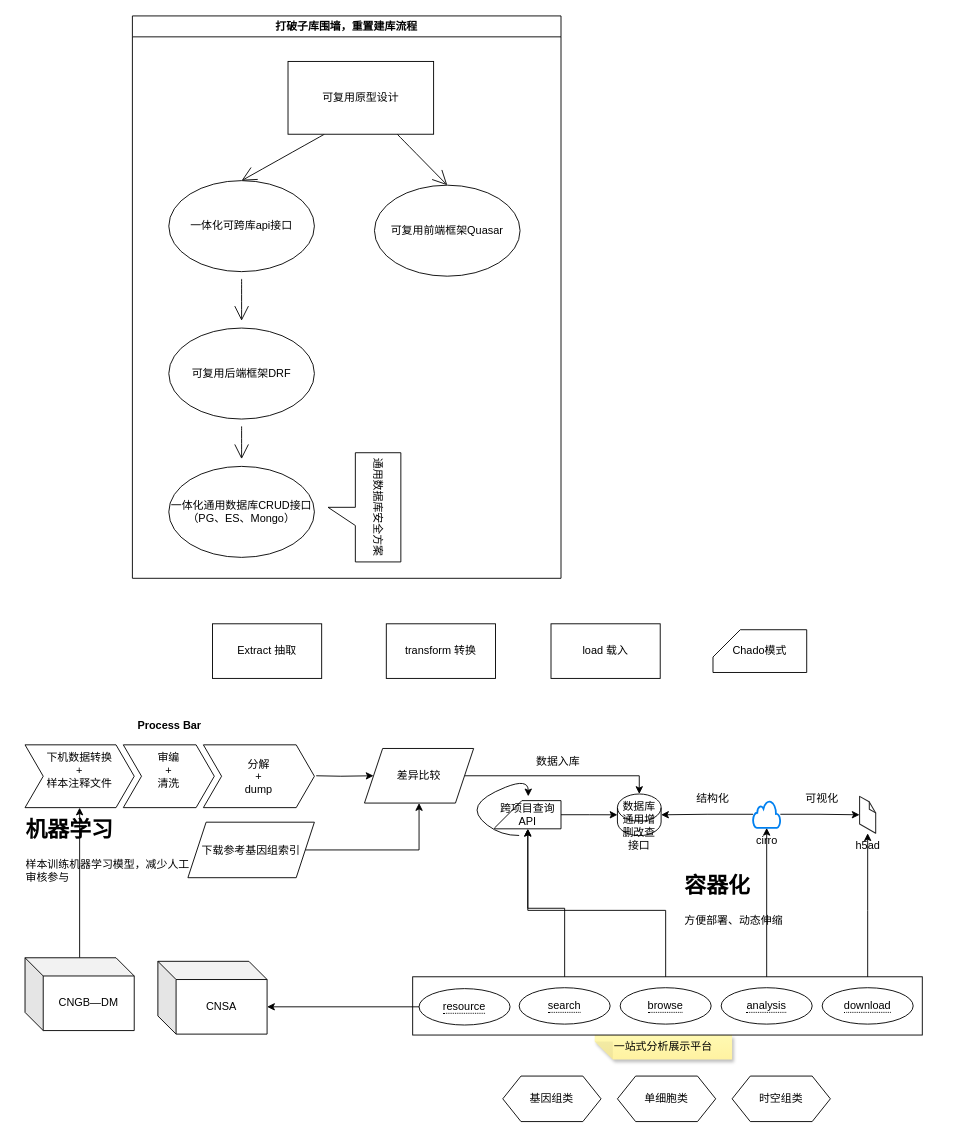
The draw.io diagram page "Page-2" (2 of 2) of Untitled Diagram.drawio in horizon365/LiveWithPython, before the edit. Source tidied: cells renumbered, new cells numbered last; positions are measured from the earlier drawing's top-left corner, leaving out a move shared by most shapes. Both pictures are drawn from the tidied source at 91%, with x=0, y=0 at pixel (15, 15).
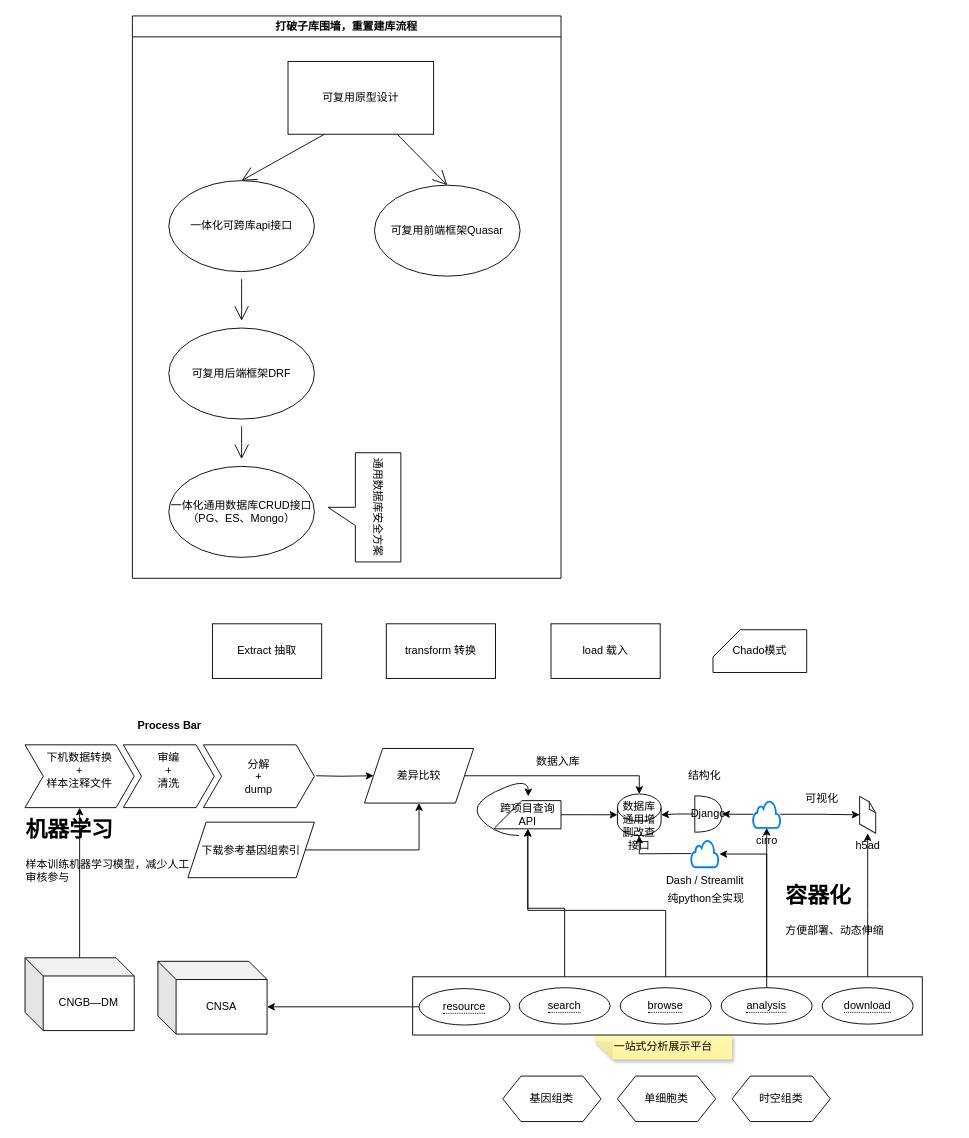
After the change.

Unchanged cells that the change refers to:
```xml
<mxCell id="28" value="数据库通用增删改查接口" style="shape=cylinder3;whiteSpace=wrap;html=1;boundedLbl=1;backgroundOutline=1;size=15;fontSize=12;" parent="1" vertex="1">
  <mxGeometry x="661" y="855" width="48" height="45.8" as="geometry" />
</mxCell>
<mxCell id="35" value="&lt;div&gt;cirro&lt;/div&gt;" style="html=1;verticalLabelPosition=bottom;align=center;labelBackgroundColor=#ffffff;verticalAlign=top;strokeWidth=2;strokeColor=#0080F0;shadow=0;dashed=0;shape=mxgraph.ios7.icons.cloud;" parent="1" vertex="1">
  <mxGeometry x="810" y="862.3" width="30" height="30" as="geometry" />
</mxCell>
<mxCell id="45" value="&lt;span style=&quot;border-bottom: 1px dotted&quot;&gt;analysis&lt;br&gt;&lt;/span&gt;" style="ellipse;whiteSpace=wrap;html=1;align=center;fontSize=12;" parent="40" vertex="1">
  <mxGeometry x="339" y="12" width="100" height="40" as="geometry" />
</mxCell>
```

What changed in the source:
```diff
@@
-    <mxCell id="34" style="edgeStyle=orthogonalEdgeStyle;rounded=0;jettySize=auto;html=1;" parent="1" edge="1" source="35" target="28">
-      <mxGeometry relative="1" as="geometry" />
-    </mxCell>
+    <mxCell id="61" style="edgeStyle=orthogonalEdgeStyle;rounded=0;jettySize=auto;html=1;" parent="1" edge="1" source="35" target="63">
+      <mxGeometry relative="1" as="geometry" />
+    </mxCell>
@@
     <mxCell id="50" value="结构化" style="text;html=1;strokeColor=none;fillColor=none;align=center;verticalAlign=middle;whiteSpace=wrap;rounded=0;" parent="1" vertex="1">
-      <mxGeometry x="736" y="845" width="60" height="30" as="geometry" />
+      <mxGeometry x="727" y="820" width="60" height="30" as="geometry" />
     </mxCell>
@@
     <mxCell id="55" value="&lt;h1&gt;容器化&lt;br&gt;&lt;/h1&gt;&lt;p&gt;方便部署、动态伸缩&lt;br&gt;&lt;/p&gt;" style="text;html=1;strokeColor=none;fillColor=none;spacing=5;spacingTop=-20;whiteSpace=wrap;overflow=hidden;rounded=0;" parent="1" vertex="1">
-      <mxGeometry x="730" y="935.9" width="190" height="120" as="geometry" />
+      <mxGeometry x="841" y="947" width="190" height="120" as="geometry" />
     </mxCell>
@@
+    <mxCell id="62" style="edgeStyle=orthogonalEdgeStyle;rounded=0;jettySize=auto;html=1;" parent="1" edge="1" source="63" target="28">
+      <mxGeometry relative="1" as="geometry" />
+    </mxCell>
+    <mxCell id="63" value="Django" style="shape=or;whiteSpace=wrap;html=1;" parent="1" vertex="1">
+      <mxGeometry x="746" y="857" width="30" height="40" as="geometry" />
+    </mxCell>
+    <mxCell id="64" style="edgeStyle=orthogonalEdgeStyle;rounded=0;jettySize=auto;html=1;" parent="1" edge="1" source="65" target="28">
+      <mxGeometry relative="1" as="geometry" />
+    </mxCell>
+    <mxCell id="65" value="Dash / Streamlit" style="html=1;verticalLabelPosition=bottom;align=center;labelBackgroundColor=#ffffff;verticalAlign=top;strokeWidth=2;strokeColor=#0080F0;shadow=0;dashed=0;shape=mxgraph.ios7.icons.cloud;" parent="1" vertex="1">
+      <mxGeometry x="742" y="905.5" width="30" height="30" as="geometry" />
+    </mxCell>
+    <mxCell id="66" style="edgeStyle=orthogonalEdgeStyle;rounded=0;jettySize=auto;html=1;exitX=0.5;exitY=0;exitDx=0;exitDy=0;entryX=1.033;entryY=0.517;entryDx=0;entryDy=0;entryPerimeter=0;" parent="1" edge="1" source="45" target="65">
+      <mxGeometry relative="1" as="geometry" />
+    </mxCell>
+    <mxCell id="67" value="纯python全实现" style="text;html=1;strokeColor=none;fillColor=none;align=center;verticalAlign=middle;whiteSpace=wrap;rounded=0;" parent="1" vertex="1">
+      <mxGeometry x="713" y="955" width="91" height="30" as="geometry" />
+    </mxCell>
```
